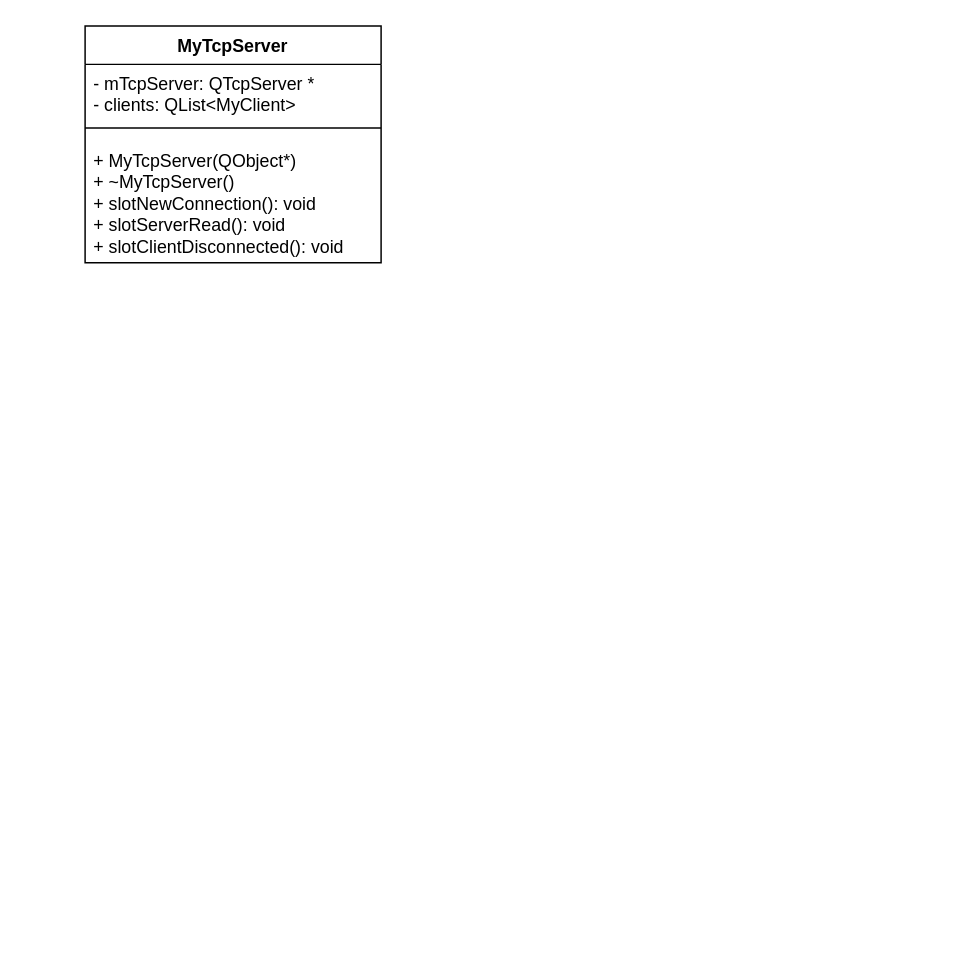
This is page "Class Diagram" (2 of 2) of diagram.drawio from Esper77/Math-test, a draw.io file, before an edit. Source tidied: cells renumbered, new cells numbered last; positions are measured from the earlier drawing's top-left corner, leaving out a move shared by most shapes. Both pictures are drawn from the tidied source at 148%, with x=0, y=0 at pixel (84, 25).
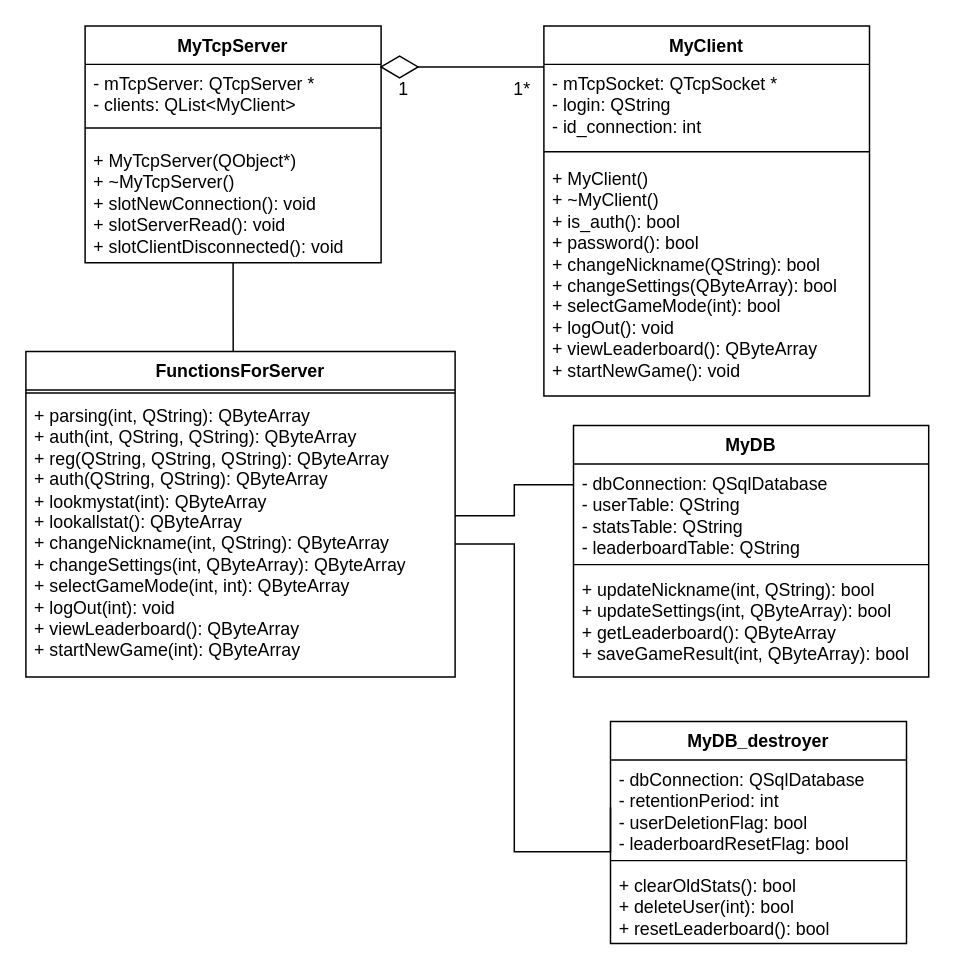
Above is the later version.

Unchanged cells that the change refers to:
```xml
<mxCell id="2" value="MyTcpServer" style="swimlane;fontStyle=1;align=center;verticalAlign=top;horizontal=1;startSize=26;whiteSpace=wrap;html=1;" parent="1" vertex="1">
  <mxGeometry width="200" height="160" as="geometry" />
</mxCell>
```

Change to the diagram source:
```diff
@@
+    <mxCell id="6" style="edgeStyle=orthogonalEdgeStyle;rounded=0;jettySize=auto;html=1;entryX=0.483;entryY=0;entryDx=0;entryDy=0;entryPerimeter=0;endArrow=none;startFill=0;" parent="1" edge="1" source="2" target="11">
+      <mxGeometry relative="1" as="geometry" />
+    </mxCell>
@@
+    <mxCell id="7" value="MyClient" style="swimlane;fontStyle=1;align=center;verticalAlign=top;horizontal=1;startSize=26;whiteSpace=wrap;html=1;" parent="1" vertex="1">
+      <mxGeometry x="310" width="220" height="250" as="geometry" />
+    </mxCell>
+    <mxCell id="8" value="- mTcpSocket: QTcpSocket *&lt;div&gt;- login: QString&lt;/div&gt;&lt;div&gt;- id_connection: int&lt;/div&gt;&lt;div&gt;&lt;br&gt;&lt;/div&gt;" style="text;strokeColor=none;fillColor=none;align=left;verticalAlign=top;spacingLeft=4;spacingRight=4;overflow=hidden;whiteSpace=wrap;html=1;" parent="7" vertex="1">
+      <mxGeometry y="26" width="220" height="54" as="geometry" />
+    </mxCell>
+    <mxCell id="9" style="line;strokeWidth=1;fillColor=none;align=left;verticalAlign=middle;spacingTop=-1;spacingLeft=3;spacingRight=3;labelPosition=right;strokeColor=inherit;" parent="7" vertex="1">
+      <mxGeometry y="80" width="220" height="10" as="geometry" />
+    </mxCell>
+    <mxCell id="10" value="+ MyClient()&lt;div&gt;+ ~MyClient()&lt;/div&gt;&lt;div&gt;+ is_auth(): bool&lt;/div&gt;&lt;div&gt;+ password(): bool&lt;/div&gt;&lt;div&gt;+ changeNickname(QString): bool&lt;/div&gt;&lt;div&gt;+ changeSettings(QByteArray): bool&lt;/div&gt;&lt;div&gt;+ selectGameMode(int): bool&lt;/div&gt;&lt;div&gt;+ logOut(): void&lt;/div&gt;&lt;div&gt;+ viewLeaderboard(): QByteArray&lt;/div&gt;&lt;div&gt;+ startNewGame(): void&lt;/div&gt;" style="text;strokeColor=none;fillColor=none;align=left;verticalAlign=top;spacingLeft=4;spacingRight=4;overflow=hidden;whiteSpace=wrap;html=1;" parent="7" vertex="1">
+      <mxGeometry y="90" width="220" height="160" as="geometry" />
+    </mxCell>
+    <mxCell id="11" value="FunctionsForServer" style="swimlane;fontStyle=1;align=center;verticalAlign=top;horizontal=1;startSize=26;whiteSpace=wrap;html=1;" parent="1" vertex="1">
+      <mxGeometry x="-40" y="220" width="290" height="220" as="geometry" />
+    </mxCell>
+    <mxCell id="12" style="line;strokeWidth=1;fillColor=none;align=left;verticalAlign=middle;spacingTop=-1;spacingLeft=3;spacingRight=3;labelPosition=right;strokeColor=inherit;" parent="11" vertex="1">
+      <mxGeometry y="26" width="290" height="4" as="geometry" />
+    </mxCell>
+    <mxCell id="13" value="+ parsing(int, QString): QByteArray&lt;div&gt;+ auth(int, QString, QString): QByteArray&lt;/div&gt;&lt;div&gt;+ reg(QString, QString, QString): QByteArray&lt;/div&gt;&lt;div&gt;+ auth(QString, QString): QByteArray&lt;/div&gt;&lt;div&gt;+ lookmystat(int): QByteArray&lt;/div&gt;&lt;div&gt;+ lookallstat(): QByteArray&lt;/div&gt;&lt;div&gt;+ changeNickname(int, QString): QByteArray&lt;/div&gt;&lt;div&gt;+ changeSettings(int, QByteArray): QByteArray&lt;/div&gt;&lt;div&gt;+ selectGameMode(int, int): QByteArray&lt;/div&gt;&lt;div&gt;+ logOut(int): void&lt;/div&gt;&lt;div&gt;+ viewLeaderboard(): QByteArray&lt;/div&gt;&lt;div&gt;+ startNewGame(int): QByteArray&lt;br&gt;&lt;div&gt;&lt;br&gt;&lt;/div&gt;&lt;/div&gt;" style="text;strokeColor=none;fillColor=none;align=left;verticalAlign=top;spacingLeft=4;spacingRight=4;overflow=hidden;points=[[0,0.5],[1,0.5]];portConstraint=eastwest;whiteSpace=wrap;html=1;" parent="11" vertex="1">
+      <mxGeometry y="30" width="290" height="190" as="geometry" />
+    </mxCell>
+    <mxCell id="14" value="MyDB_destroyer" style="swimlane;fontStyle=1;align=center;verticalAlign=top;horizontal=1;startSize=26;whiteSpace=wrap;html=1;" parent="1" vertex="1">
+      <mxGeometry x="355" y="470" width="200" height="150" as="geometry" />
+    </mxCell>
+    <mxCell id="15" value="- dbConnection: QSqlDatabase&lt;div&gt;- retentionPeriod: int&lt;/div&gt;&lt;div&gt;- userDeletionFlag: bool&lt;/div&gt;&lt;div&gt;- leaderboardResetFlag: bool&lt;/div&gt;" style="text;strokeColor=none;fillColor=none;align=left;verticalAlign=top;spacingLeft=4;spacingRight=4;overflow=hidden;points=[[0,0.5],[1,0.5]];portConstraint=eastwest;whiteSpace=wrap;html=1;" parent="14" vertex="1">
+      <mxGeometry y="26" width="200" height="64" as="geometry" />
+    </mxCell>
+    <mxCell id="16" style="line;strokeWidth=1;fillColor=none;align=left;verticalAlign=middle;spacingTop=-1;spacingLeft=3;spacingRight=3;labelPosition=right;strokeColor=inherit;" parent="14" vertex="1">
+      <mxGeometry y="90" width="200" height="8" as="geometry" />
+    </mxCell>
+    <mxCell id="17" value="+ clearOldStats(): bool&lt;div&gt;+ deleteUser(int): bool&lt;/div&gt;&lt;div&gt;+ resetLeaderboard(): bool&lt;/div&gt;" style="text;strokeColor=none;fillColor=none;align=left;verticalAlign=top;spacingLeft=4;spacingRight=4;overflow=hidden;whiteSpace=wrap;html=1;" parent="14" vertex="1">
+      <mxGeometry y="98" width="200" height="52" as="geometry" />
+    </mxCell>
+    <mxCell id="18" style="endArrow=diamondThin;endFill=0;endSize=24;html=1;rounded=0;entryX=0.995;entryY=-0.028;entryDx=0;entryDy=0;entryPerimeter=0;" parent="1" edge="1">
+      <mxGeometry relative="1" as="geometry">
+        <mxPoint x="310" y="27.7" as="sourcePoint" />
+        <mxPoint x="199" y="27.7" as="targetPoint" />
+      </mxGeometry>
+    </mxCell>
+    <mxCell id="19" value="1" style="text;html=1;align=center;verticalAlign=middle;strokeColor=none;fillColor=none;" parent="1" vertex="1">
+      <mxGeometry x="200" y="28" width="30" height="30" as="geometry" />
+    </mxCell>
+    <mxCell id="20" value="1*" style="text;html=1;align=center;verticalAlign=middle;strokeColor=none;fillColor=none;" parent="1" vertex="1">
+      <mxGeometry x="280" y="28" width="30" height="30" as="geometry" />
+    </mxCell>
+    <mxCell id="21" style="edgeStyle=orthogonalEdgeStyle;rounded=0;orthogonalLoop=1;jettySize=auto;html=1;endArrow=none;startFill=0;" parent="1" edge="1">
+      <mxGeometry relative="1" as="geometry">
+        <mxPoint x="250" y="331" as="sourcePoint" />
+        <mxPoint x="330" y="310" as="targetPoint" />
+        <Array as="points">
+          <mxPoint x="290" y="331" />
+          <mxPoint x="290" y="310" />
+        </Array>
+      </mxGeometry>
+    </mxCell>
+    <mxCell id="22" style="edgeStyle=orthogonalEdgeStyle;rounded=0;jettySize=auto;html=1;entryX=0;entryY=0.5;entryDx=0;entryDy=0;endArrow=none;startFill=0;" parent="1" edge="1" source="13" target="15">
+      <mxGeometry relative="1" as="geometry">
+        <Array as="points">
+          <mxPoint x="290" y="350" />
+          <mxPoint x="290" y="558" />
+        </Array>
+      </mxGeometry>
+    </mxCell>
+    <mxCell id="23" value="MyDB" style="swimlane;fontStyle=1;align=center;verticalAlign=top;horizontal=1;startSize=26;whiteSpace=wrap;html=1;" parent="1" vertex="1">
+      <mxGeometry x="330" y="270" width="240" height="170" as="geometry" />
+    </mxCell>
+    <mxCell id="24" value="- dbConnection: QSqlDatabase&lt;div&gt;- userTable: QString&lt;/div&gt;&lt;div&gt;- statsTable: QString&lt;/div&gt;&lt;div&gt;- leaderboardTable: QString&lt;/div&gt;" style="text;strokeColor=none;fillColor=none;align=left;verticalAlign=top;spacingLeft=4;spacingRight=4;overflow=hidden;whiteSpace=wrap;html=1;" parent="23" vertex="1">
+      <mxGeometry y="26" width="240" height="64" as="geometry" />
+    </mxCell>
+    <mxCell id="25" style="line;strokeWidth=1;fillColor=none;align=left;verticalAlign=middle;spacingTop=-1;spacingLeft=3;spacingRight=3;labelPosition=right;strokeColor=inherit;" parent="23" vertex="1">
+      <mxGeometry y="90" width="240" height="8" as="geometry" />
+    </mxCell>
+    <mxCell id="26" value="+ updateNickname(int, QString): bool&lt;div&gt;+ updateSettings(int, QByteArray): bool&lt;/div&gt;&lt;div&gt;+ getLeaderboard(): QByteArray&lt;/div&gt;&lt;div&gt;+ saveGameResult(int, QByteArray): bool&lt;/div&gt;" style="text;strokeColor=none;fillColor=none;align=left;verticalAlign=top;spacingLeft=4;spacingRight=4;overflow=hidden;whiteSpace=wrap;html=1;" parent="23" vertex="1">
+      <mxGeometry y="98" width="240" height="72" as="geometry" />
+    </mxCell>
```
